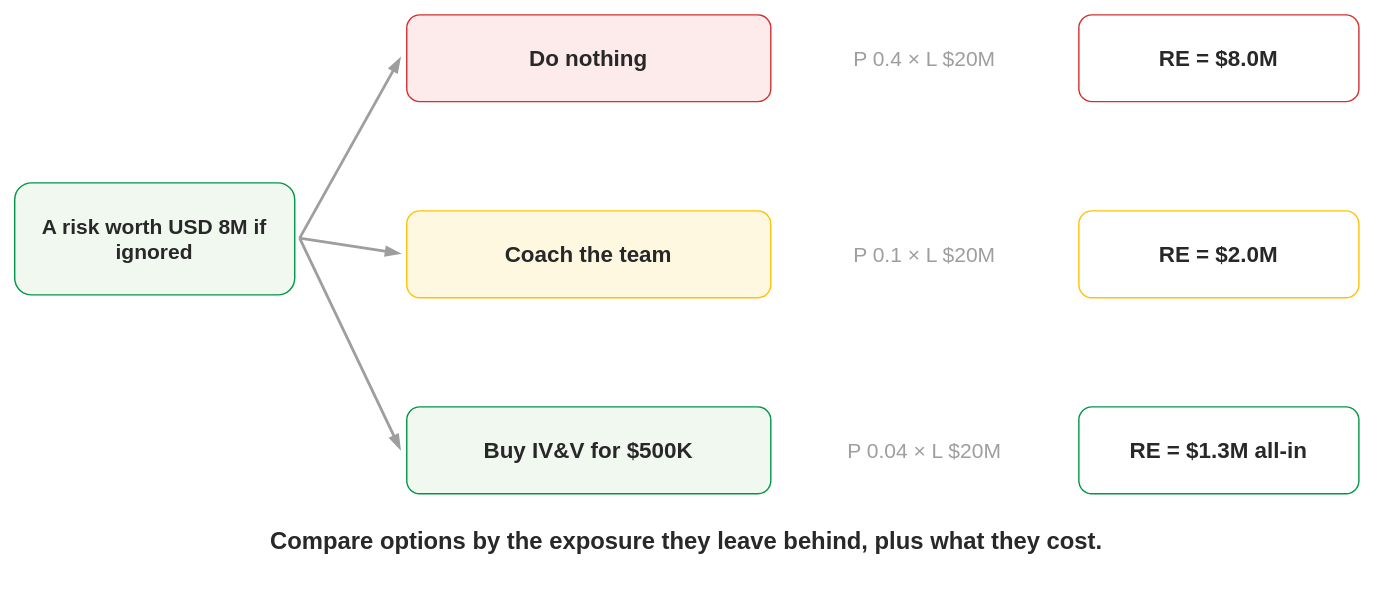
Before: content/needs/risks/decision-tree.svg, a diagram exported from draw.io (msdbok/msdbok.github.io). Source tidied: cells renumbered, new cells last; positions are measured from the earlier drawing's top-left corner, leaving out a move shared by most shapes.
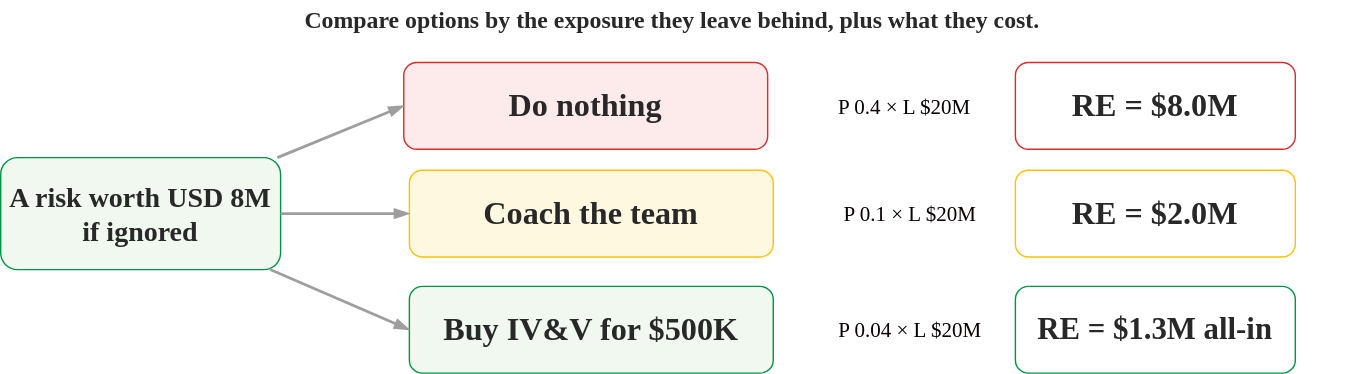
After the change.

Change to the diagram source:
```diff
@@ -2,56 +2,47 @@
   <root>
     <mxCell id="0" />
     <mxCell id="1" parent="0" />
-    <mxCell id="2" value="A risk worth USD 8M if ignored" style="rounded=1;whiteSpace=wrap;html=1;fillColor=#f0f8f0;strokeColor=#019546;fontFamily=Tahoma,Verdana,sans-serif;fontColor=#282828;fontSize=15;fontStyle=1;" parent="1" vertex="1">
+    <mxCell id="2" value="A risk worth USD 8M if ignored" style="rounded=1;whiteSpace=wrap;html=1;fillColor=#f0f8f0;strokeColor=#019546;fontFamily=Tahoma,Verdana,sans-serif;fontColor=#282828;fontSize=20;fontStyle=1;" parent="1" vertex="1">
       <mxGeometry y="120" width="200" height="80" as="geometry" />
     </mxCell>
-    <mxCell id="3" value="Do nothing" style="rounded=1;whiteSpace=wrap;html=1;fillColor=#fdeaea;strokeColor=#d32f2f;fontFamily=Tahoma,Verdana,sans-serif;fontColor=#282828;fontSize=16;fontStyle=1;" parent="1" vertex="1">
-      <mxGeometry x="280" width="260" height="62" as="geometry" />
+    <mxCell id="3" value="Do nothing" style="rounded=1;whiteSpace=wrap;html=1;fillColor=#fdeaea;strokeColor=#d32f2f;fontFamily=Tahoma,Verdana,sans-serif;fontColor=#282828;fontSize=23;fontStyle=1;" parent="1" vertex="1">
+      <mxGeometry x="288" y="52" width="260" height="62" as="geometry" />
     </mxCell>
-    <mxCell id="4" value="P 0.4 × L $20M" style="text;html=1;strokeColor=none;fillColor=none;align=center;verticalAlign=middle;whiteSpace=wrap;fontFamily=Tahoma,Verdana,sans-serif;fontColor=#9e9e9e;fontSize=15;" parent="1" vertex="1">
-      <mxGeometry x="552" width="196" height="62" as="geometry" />
+    <mxCell id="4" value="P 0.4 × L $20M" style="text;html=1;strokeColor=none;fillColor=none;align=center;verticalAlign=middle;whiteSpace=wrap;fontFamily=Tahoma,Verdana,sans-serif;fontColor=light-dark(#0a0000, #656565);fontSize=15;" parent="1" vertex="1">
+      <mxGeometry x="548" y="52" width="196" height="62" as="geometry" />
     </mxCell>
-    <mxCell id="5" value="RE = $8.0M" style="rounded=1;whiteSpace=wrap;html=1;fillColor=#ffffff;strokeColor=#d32f2f;fontFamily=Tahoma,Verdana,sans-serif;fontColor=#282828;fontSize=16;fontStyle=1;" parent="1" vertex="1">
-      <mxGeometry x="760" width="200" height="62" as="geometry" />
+    <mxCell id="5" value="RE = $8.0M" style="rounded=1;whiteSpace=wrap;html=1;fillColor=#ffffff;strokeColor=#d32f2f;fontFamily=Tahoma,Verdana,sans-serif;fontColor=#282828;fontSize=23;fontStyle=1;" parent="1" vertex="1">
+      <mxGeometry x="725" y="52" width="200" height="62" as="geometry" />
     </mxCell>
-    <mxCell id="6" style="endArrow=blockThin;html=1;strokeColor=#9e9e9e;strokeWidth=2;fontFamily=Tahoma,Verdana,sans-serif;fontColor=#282828;fontSize=13;dashed=0;curved=0;endFill=1;" parent="1" edge="1">
-      <mxGeometry relative="1" as="geometry">
-        <mxPoint x="204" y="160" as="sourcePoint" />
-        <mxPoint x="276" y="31" as="targetPoint" />
-      </mxGeometry>
+    <mxCell id="6" style="endArrow=blockThin;html=1;strokeColor=#9e9e9e;strokeWidth=2;fontFamily=Tahoma,Verdana,sans-serif;fontColor=#282828;fontSize=13;dashed=0;curved=0;endFill=1;entryX=0;entryY=0.5;entryDx=0;entryDy=0;" parent="1" edge="1" source="2" target="3">
+      <mxGeometry relative="1" as="geometry" />
     </mxCell>
-    <mxCell id="7" value="Coach the team" style="rounded=1;whiteSpace=wrap;html=1;fillColor=#fff8e1;strokeColor=#ffc107;fontFamily=Tahoma,Verdana,sans-serif;fontColor=#282828;fontSize=16;fontStyle=1;" parent="1" vertex="1">
-      <mxGeometry x="280" y="140" width="260" height="62" as="geometry" />
+    <mxCell id="7" value="Coach the team" style="rounded=1;whiteSpace=wrap;html=1;fillColor=#fff8e1;strokeColor=#ffc107;fontFamily=Tahoma,Verdana,sans-serif;fontColor=#282828;fontSize=23;fontStyle=1;" parent="1" vertex="1">
+      <mxGeometry x="292" y="129" width="260" height="62" as="geometry" />
     </mxCell>
-    <mxCell id="8" value="P 0.1 × L $20M" style="text;html=1;strokeColor=none;fillColor=none;align=center;verticalAlign=middle;whiteSpace=wrap;fontFamily=Tahoma,Verdana,sans-serif;fontColor=#9e9e9e;fontSize=15;" parent="1" vertex="1">
-      <mxGeometry x="552" y="140" width="196" height="62" as="geometry" />
+    <mxCell id="8" value="P 0.1 × L $20M" style="text;html=1;strokeColor=none;fillColor=none;align=center;verticalAlign=middle;whiteSpace=wrap;fontFamily=Tahoma,Verdana,sans-serif;fontColor=light-dark(#0a0000, #656565);fontSize=15;" parent="1" vertex="1">
+      <mxGeometry x="552" y="129" width="196" height="62" as="geometry" />
     </mxCell>
-    <mxCell id="9" value="RE = $2.0M" style="rounded=1;whiteSpace=wrap;html=1;fillColor=#ffffff;strokeColor=#ffc107;fontFamily=Tahoma,Verdana,sans-serif;fontColor=#282828;fontSize=16;fontStyle=1;" parent="1" vertex="1">
-      <mxGeometry x="760" y="140" width="200" height="62" as="geometry" />
+    <mxCell id="9" value="RE = $2.0M" style="rounded=1;whiteSpace=wrap;html=1;fillColor=#ffffff;strokeColor=#ffc107;fontFamily=Tahoma,Verdana,sans-serif;fontColor=#282828;fontSize=23;fontStyle=1;" parent="1" vertex="1">
+      <mxGeometry x="725" y="129" width="200" height="62" as="geometry" />
     </mxCell>
-    <mxCell id="10" style="endArrow=blockThin;html=1;strokeColor=#9e9e9e;strokeWidth=2;fontFamily=Tahoma,Verdana,sans-serif;fontColor=#282828;fontSize=13;dashed=0;curved=0;endFill=1;" parent="1" edge="1">
-      <mxGeometry relative="1" as="geometry">
-        <mxPoint x="204" y="160" as="sourcePoint" />
-        <mxPoint x="276" y="171" as="targetPoint" />
-      </mxGeometry>
+    <mxCell id="10" style="endArrow=blockThin;html=1;strokeColor=#9e9e9e;strokeWidth=2;fontFamily=Tahoma,Verdana,sans-serif;fontColor=#282828;fontSize=13;dashed=0;curved=0;endFill=1;entryX=0;entryY=0.5;entryDx=0;entryDy=0;" parent="1" edge="1" source="2" target="7">
+      <mxGeometry relative="1" as="geometry" />
     </mxCell>
-    <mxCell id="11" value="Buy IV&amp;amp;V for $500K" style="rounded=1;whiteSpace=wrap;html=1;fillColor=#f0f8f0;strokeColor=#019546;fontFamily=Tahoma,Verdana,sans-serif;fontColor=#282828;fontSize=16;fontStyle=1;" parent="1" vertex="1">
-      <mxGeometry x="280" y="280" width="260" height="62" as="geometry" />
+    <mxCell id="11" value="Buy IV&amp;amp;V for $500K" style="rounded=1;whiteSpace=wrap;html=1;fillColor=#f0f8f0;strokeColor=#019546;fontFamily=Tahoma,Verdana,sans-serif;fontColor=#282828;fontSize=23;fontStyle=1;" parent="1" vertex="1">
+      <mxGeometry x="292" y="212" width="260" height="62" as="geometry" />
     </mxCell>
-    <mxCell id="12" value="P 0.04 × L $20M" style="text;html=1;strokeColor=none;fillColor=none;align=center;verticalAlign=middle;whiteSpace=wrap;fontFamily=Tahoma,Verdana,sans-serif;fontColor=#9e9e9e;fontSize=15;" parent="1" vertex="1">
-      <mxGeometry x="552" y="280" width="196" height="62" as="geometry" />
+    <mxCell id="12" value="P 0.04 × L $20M" style="text;html=1;strokeColor=none;fillColor=none;align=center;verticalAlign=middle;whiteSpace=wrap;fontFamily=Tahoma,Verdana,sans-serif;fontColor=light-dark(#0a0000, #656565);fontSize=15;" parent="1" vertex="1">
+      <mxGeometry x="552" y="212" width="196" height="62" as="geometry" />
     </mxCell>
-    <mxCell id="13" value="RE = $1.3M all-in" style="rounded=1;whiteSpace=wrap;html=1;fillColor=#ffffff;strokeColor=#019546;fontFamily=Tahoma,Verdana,sans-serif;fontColor=#282828;fontSize=16;fontStyle=1;" parent="1" vertex="1">
-      <mxGeometry x="760" y="280" width="200" height="62" as="geometry" />
+    <mxCell id="13" value="RE = $1.3M all-in" style="rounded=1;whiteSpace=wrap;html=1;fillColor=#ffffff;strokeColor=#019546;fontFamily=Tahoma,Verdana,sans-serif;fontColor=#282828;fontSize=22;fontStyle=1;" parent="1" vertex="1">
+      <mxGeometry x="725" y="212" width="200" height="62" as="geometry" />
     </mxCell>
-    <mxCell id="14" style="endArrow=blockThin;html=1;strokeColor=#9e9e9e;strokeWidth=2;fontFamily=Tahoma,Verdana,sans-serif;fontColor=#282828;fontSize=13;dashed=0;curved=0;endFill=1;" parent="1" edge="1">
-      <mxGeometry relative="1" as="geometry">
-        <mxPoint x="204" y="160" as="sourcePoint" />
-        <mxPoint x="276" y="311" as="targetPoint" />
-      </mxGeometry>
+    <mxCell id="14" style="endArrow=blockThin;html=1;strokeColor=#9e9e9e;strokeWidth=2;fontFamily=Tahoma,Verdana,sans-serif;fontColor=#282828;fontSize=13;dashed=0;curved=0;endFill=1;entryX=0;entryY=0.5;entryDx=0;entryDy=0;" parent="1" edge="1" source="2" target="11">
+      <mxGeometry relative="1" as="geometry" />
     </mxCell>
     <mxCell id="15" value="Compare options by the exposure they leave behind, plus what they cost." style="text;html=1;strokeColor=none;fillColor=none;align=center;verticalAlign=middle;whiteSpace=wrap;fontFamily=Tahoma,Verdana,sans-serif;fontColor=#282828;fontSize=17;fontStyle=1;" parent="1" vertex="1">
-      <mxGeometry y="362" width="960" height="30" as="geometry" />
+      <mxGeometry y="8" width="960" height="30" as="geometry" />
     </mxCell>
   </root>
 </mxGraphModel>
```
